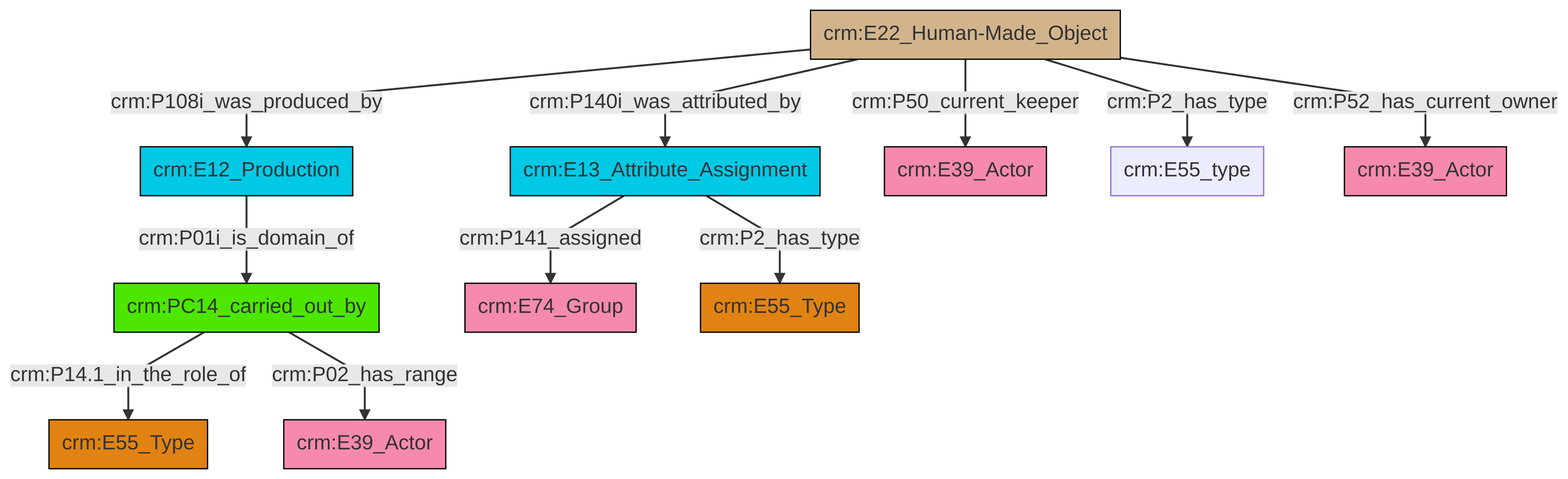
swiss-art-research-net/reference-data-models keeps this Mermaid diagram as et/artworkCSV/ttl/mmd/png/Artwork_Actor_Relations.png. Above is the earlier version. Its source is kept beside it as et/artworkCSV/ttl/mmd/Artwork_Actor_Relations.ttl.mmd.
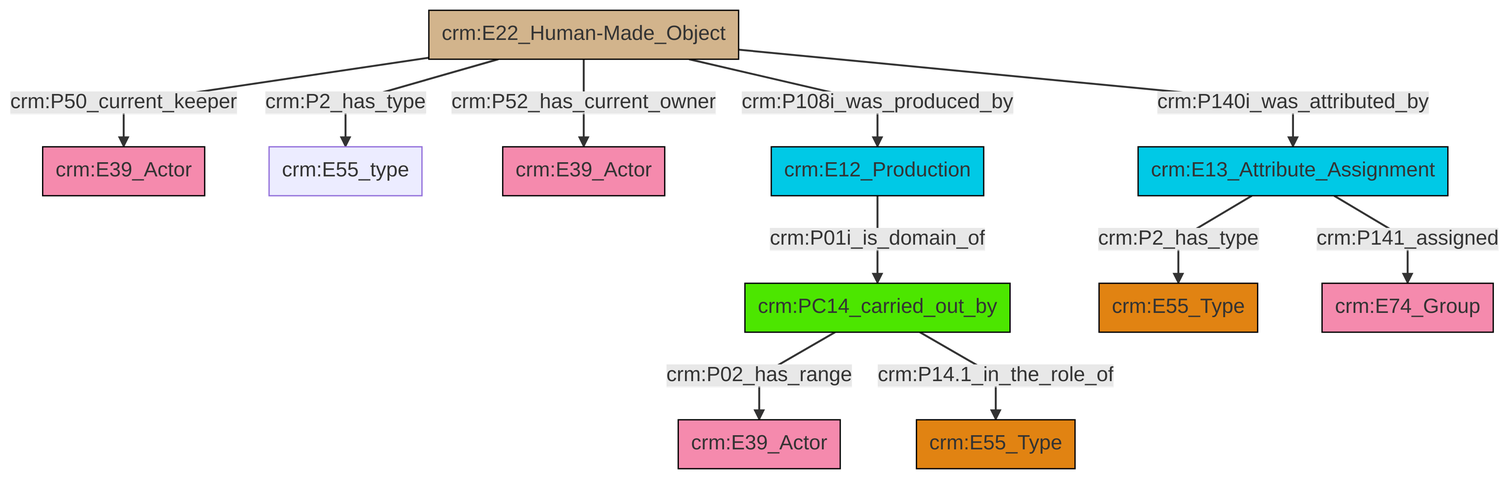
After the commit.

Change to the diagram source:
```diff
@@ -13,13 +13,13 @@
 classDef PC_Classes fill:#4ce600, stroke:#000000;
 classDef Multi fill:#cccccc,stroke:#000000;
 
-2["crm:E22_Human-Made_Object"]:::Physical_Thing -->|crm:P108i_was_produced_by| 3["crm:E12_Production"]:::Temporal_Entity
-4["crm:PC14_carried_out_by"]:::PC_Classes -->|crm:P14.1_in_the_role_of| 5["crm:E55_Type"]:::Type
-4["crm:PC14_carried_out_by"]:::PC_Classes -->|crm:P02_has_range| 0["crm:E39_Actor"]:::Actor
-2["crm:E22_Human-Made_Object"]:::Physical_Thing -->|crm:P2_has_type| 15["crm:E55_type"]:::Default
-3["crm:E12_Production"]:::Temporal_Entity -->|crm:P01i_is_domain_of| 4["crm:PC14_carried_out_by"]:::PC_Classes
-6["crm:E13_Attribute_Assignment"]:::Temporal_Entity -->|crm:P2_has_type| 13["crm:E55_Type"]:::Type
-6["crm:E13_Attribute_Assignment"]:::Temporal_Entity -->|crm:P141_assigned| 11["crm:E74_Group"]:::Actor
-2["crm:E22_Human-Made_Object"]:::Physical_Thing -->|crm:P50_current_keeper| 9["crm:E39_Actor"]:::Actor
-2["crm:E22_Human-Made_Object"]:::Physical_Thing -->|crm:P52_has_current_owner| 20["crm:E39_Actor"]:::Actor
-2["crm:E22_Human-Made_Object"]:::Physical_Thing -->|crm:P140i_was_attributed_by| 6["crm:E13_Attribute_Assignment"]:::Temporal_Entity
+4["crm:PC14_carried_out_by"]:::PC_Classes -->|crm:P02_has_range| 5["crm:E39_Actor"]:::Actor
+8["crm:E22_Human-Made_Object"]:::Physical_Thing -->|crm:P50_current_keeper| 9["crm:E39_Actor"]:::Actor
+8["crm:E22_Human-Made_Object"]:::Physical_Thing -->|crm:P2_has_type| 10["crm:E55_type"]:::Default
+8["crm:E22_Human-Made_Object"]:::Physical_Thing -->|crm:P52_has_current_owner| 6["crm:E39_Actor"]:::Actor
+8["crm:E22_Human-Made_Object"]:::Physical_Thing -->|crm:P108i_was_produced_by| 2["crm:E12_Production"]:::Temporal_Entity
+17["crm:E13_Attribute_Assignment"]:::Temporal_Entity -->|crm:P2_has_type| 13["crm:E55_Type"]:::Type
+4["crm:PC14_carried_out_by"]:::PC_Classes -->|crm:P14.1_in_the_role_of| 11["crm:E55_Type"]:::Type
+2["crm:E12_Production"]:::Temporal_Entity -->|crm:P01i_is_domain_of| 4["crm:PC14_carried_out_by"]:::PC_Classes
+17["crm:E13_Attribute_Assignment"]:::Temporal_Entity -->|crm:P141_assigned| 0["crm:E74_Group"]:::Actor
+8["crm:E22_Human-Made_Object"]:::Physical_Thing -->|crm:P140i_was_attributed_by| 17["crm:E13_Attribute_Assignment"]:::Temporal_Entity
```
